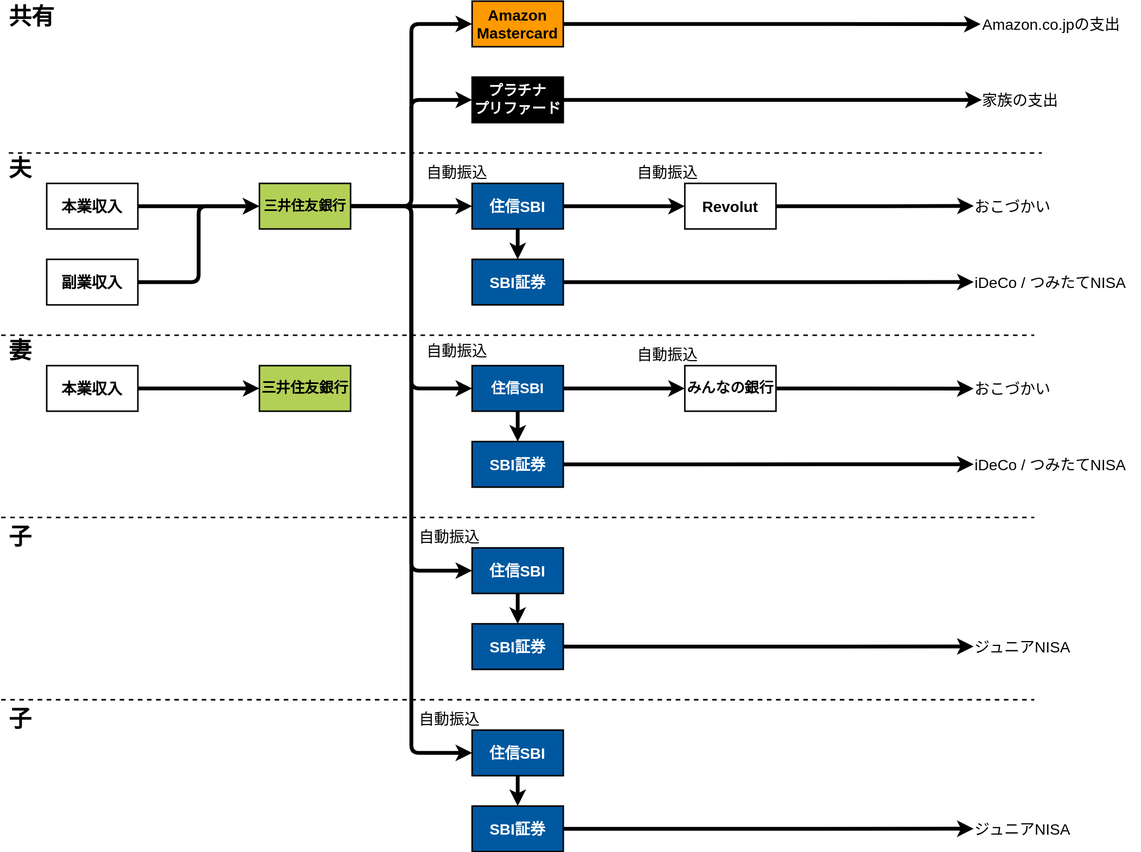
pranc1ngpegasus/moneyflow keeps this draw.io diagram as 202309.drawio.svg. Above is the earlier version. Source tidied: cells renumbered, new cells last; positions are measured from the earlier drawing's top-left corner, leaving out a move shared by most shapes.
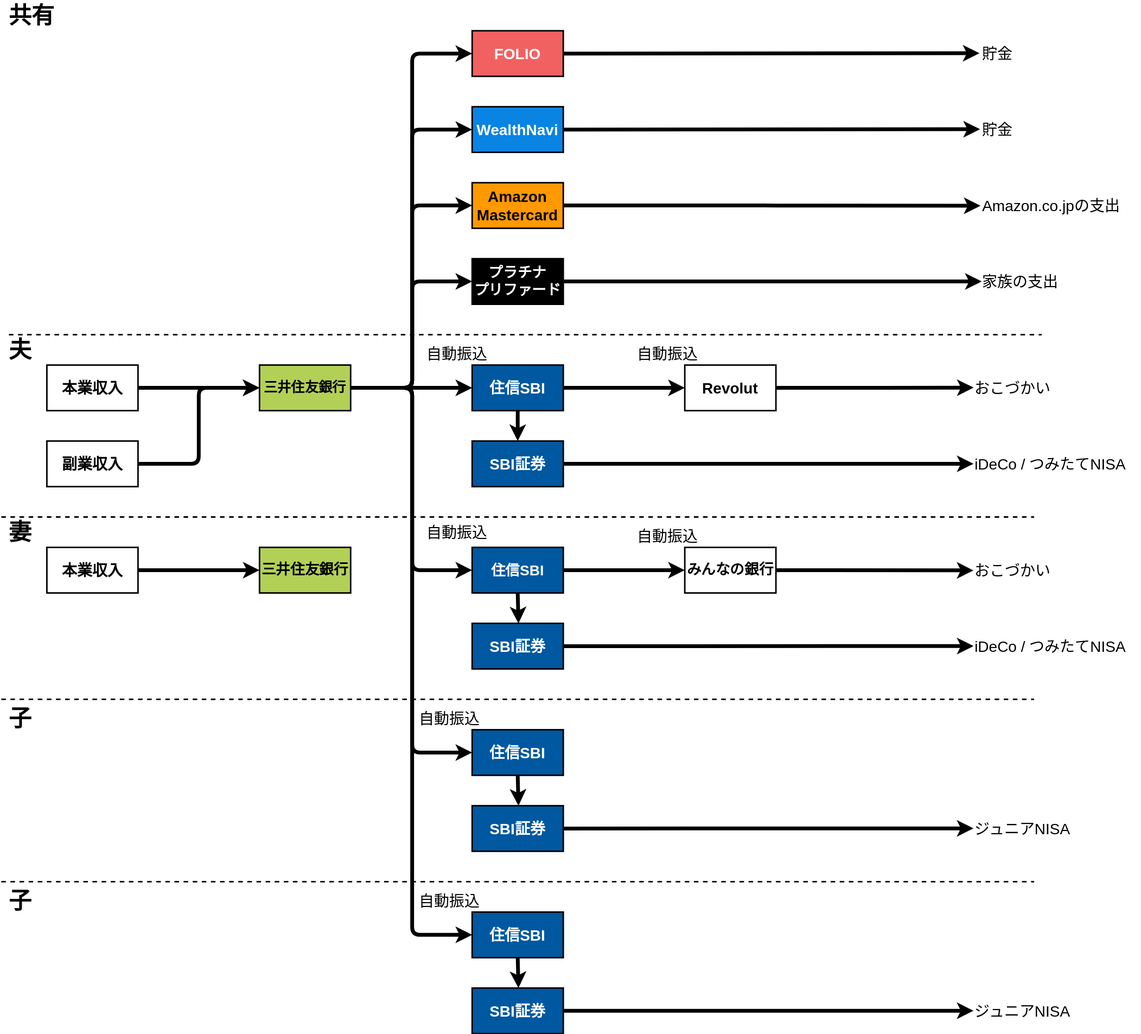
Later version of the same file.

Commit message:
202309.drawio.svg を更新します

Change to the diagram source:
```diff
@@ -83,7 +83,7 @@
       </mxGeometry>
     </mxCell>
     <mxCell id="24" value="共有" style="text;html=1;align=center;verticalAlign=middle;fillColor=none;strokeColor=none;rounded=0;fontSize=30;fontStyle=1;strokeWidth=5;" parent="1" vertex="1">
-      <mxGeometry width="80" height="40" as="geometry" />
+      <mxGeometry y="-240" width="80" height="40" as="geometry" />
     </mxCell>
     <mxCell id="25" style="edgeStyle=orthogonalEdgeStyle;rounded=1;jettySize=auto;html=1;exitX=1;exitY=0.5;exitDx=0;exitDy=0;fontColor=#231f20;strokeWidth=5;entryX=0.001;entryY=0.497;entryDx=0;entryDy=0;entryPerimeter=0;" parent="1" edge="1" source="21" target="26">
       <mxGeometry relative="1" as="geometry" />
@@ -219,5 +219,29 @@
         </Array>
       </mxGeometry>
     </mxCell>
+    <mxCell id="65" value="WealthNavi" style="rounded=0;whiteSpace=wrap;html=1;fontSize=20;fontStyle=1;strokeWidth=2;fillColor=#0984e3;fontColor=#FFFFFF;" parent="1" vertex="1">
+      <mxGeometry x="620" y="-100" width="120" height="60" as="geometry" />
+    </mxCell>
+    <mxCell id="66" value="FOLIO" style="rounded=0;whiteSpace=wrap;html=1;fontSize=20;fontStyle=1;strokeWidth=2;fillColor=#f26161;fontColor=#FFFFFF;" parent="1" vertex="1">
+      <mxGeometry x="620" y="-200" width="120" height="60" as="geometry" />
+    </mxCell>
+    <mxCell id="67" style="edgeStyle=elbowEdgeStyle;endArrow=classic;html=1;fontSize=20;strokeWidth=5;entryX=0;entryY=0.5;entryDx=0;entryDy=0;exitX=1;exitY=0.5;exitDx=0;exitDy=0;" parent="1" edge="1" source="49" target="65">
+      <mxGeometry relative="1" as="geometry" />
+    </mxCell>
+    <mxCell id="68" style="edgeStyle=elbowEdgeStyle;endArrow=classic;html=1;fontSize=20;strokeWidth=5;entryX=0;entryY=0.5;entryDx=0;entryDy=0;exitX=1;exitY=0.5;exitDx=0;exitDy=0;" parent="1" edge="1" source="49" target="66">
+      <mxGeometry relative="1" as="geometry" />
+    </mxCell>
+    <mxCell id="69" value="貯金" style="text;html=1;align=left;verticalAlign=middle;points=[];fillColor=none;strokeColor=none;rounded=0;fontSize=20;strokeWidth=5;" parent="1" vertex="1">
+      <mxGeometry x="1290" y="-190" width="60" height="40" as="geometry" />
+    </mxCell>
+    <mxCell id="70" value="貯金" style="text;html=1;align=left;verticalAlign=middle;points=[];fillColor=none;strokeColor=none;rounded=0;fontSize=20;strokeWidth=5;" parent="1" vertex="1">
+      <mxGeometry x="1290" y="-90" width="60" height="40" as="geometry" />
+    </mxCell>
+    <mxCell id="71" style="elbow=horizontal;endArrow=classic;html=1;fontSize=20;strokeWidth=5;exitX=1;exitY=0.5;exitDx=0;exitDy=0;entryX=-0.021;entryY=0.489;entryDx=0;entryDy=0;entryPerimeter=0;" parent="1" edge="1" source="65" target="70">
+      <mxGeometry relative="1" as="geometry" />
+    </mxCell>
+    <mxCell id="72" style="elbow=horizontal;endArrow=classic;html=1;fontSize=20;strokeWidth=5;exitX=1;exitY=0.5;exitDx=0;exitDy=0;entryX=-0.033;entryY=0.489;entryDx=0;entryDy=0;entryPerimeter=0;" parent="1" edge="1" source="66" target="69">
+      <mxGeometry relative="1" as="geometry" />
+    </mxCell>
   </root>
 </mxGraphModel>
```
